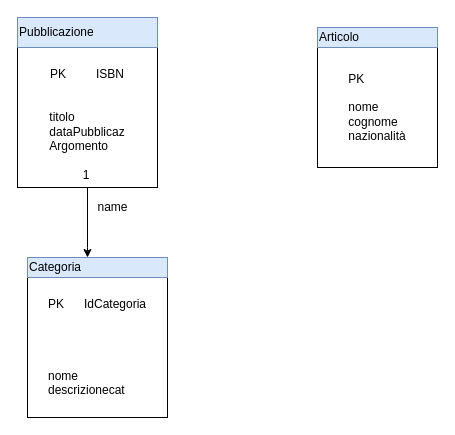
The draw.io diagram Untitled Diagram.drawio in robertamora/Informatica, before the edit. Source tidied: cells renumbered, new cells numbered last; positions are measured from the earlier drawing's top-left corner, leaving out a move shared by most shapes. Both pictures are drawn from the tidied source at 100%, with x=0, y=0 at pixel (17, 17).
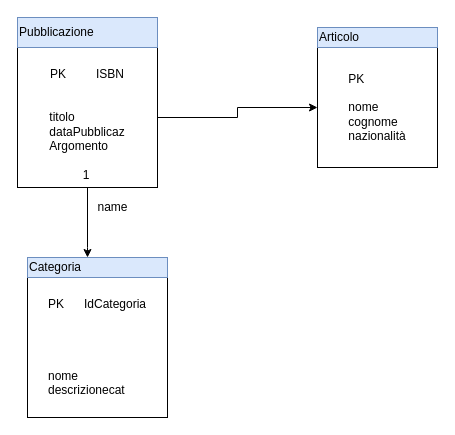
The same diagram, later.

The edit, as a diff of the source:
```diff
@@
 <mxGraphModel background="#ffffff">
   <root>
     <mxCell id="0" />
     <mxCell id="1" parent="0" />
     <mxCell id="2" value="&lt;div style=&quot;text-align: left&quot;&gt;&lt;span&gt;PK&amp;nbsp; &amp;nbsp; &amp;nbsp; IdCategoria&lt;/span&gt;&lt;br&gt;&lt;/div&gt;&lt;div style=&quot;text-align: left&quot;&gt;&lt;span&gt;&lt;br&gt;&lt;/span&gt;&lt;/div&gt;&lt;div style=&quot;text-align: left&quot;&gt;&lt;span&gt;&lt;br&gt;&lt;/span&gt;&lt;/div&gt;&lt;div style=&quot;text-align: left&quot;&gt;&lt;span&gt;&lt;br&gt;&lt;/span&gt;&lt;/div&gt;&lt;br&gt;&lt;div style=&quot;text-align: left&quot;&gt;&lt;span&gt;nome&lt;/span&gt;&lt;/div&gt;&lt;div style=&quot;text-align: left&quot;&gt;&lt;span&gt;descrizionecat&lt;/span&gt;&lt;/div&gt;" style="whiteSpace=wrap;html=1;" parent="1" vertex="1">
       <mxGeometry x="10" y="260" width="140" height="140" as="geometry" />
     </mxCell>
     <mxCell id="3" style="edgeStyle=orthogonalEdgeStyle;rounded=0;jettySize=auto;html=1;" parent="1" edge="1" source="4">
       <mxGeometry relative="1" as="geometry">
         <mxPoint x="70" y="240" as="targetPoint" />
         <Array as="points">
           <mxPoint x="70" y="230" />
           <mxPoint x="70" y="230" />
         </Array>
       </mxGeometry>
     </mxCell>
+    <mxCell id="10" style="edgeStyle=orthogonalEdgeStyle;rounded=0;jettySize=auto;html=1;entryX=0;entryY=0.5;entryDx=0;entryDy=0;" parent="1" edge="1" source="4" target="5">
+      <mxGeometry relative="1" as="geometry" />
+    </mxCell>
     <mxCell id="4" value="&amp;nbsp;&lt;br&gt;PK&amp;nbsp; &amp;nbsp; &amp;nbsp; &amp;nbsp; &amp;nbsp;ISBN&lt;br&gt;&lt;br&gt;&lt;br&gt;&lt;div style=&quot;text-align: left&quot;&gt;&lt;span&gt;titolo&lt;/span&gt;&lt;/div&gt;&lt;div style=&quot;text-align: left&quot;&gt;&lt;span&gt;dataPubblicaz&lt;/span&gt;&lt;/div&gt;&lt;div style=&quot;text-align: left&quot;&gt;&lt;span&gt;Argomento&lt;/span&gt;&lt;/div&gt;&lt;div style=&quot;text-align: left&quot;&gt;&lt;span&gt;&lt;br&gt;&lt;/span&gt;&lt;/div&gt;&lt;div style=&quot;text-align: left&quot;&gt;&lt;span&gt;&amp;nbsp; &amp;nbsp; &amp;nbsp; &amp;nbsp; &amp;nbsp; 1&lt;/span&gt;&lt;/div&gt;" style="whiteSpace=wrap;html=1;" parent="1" vertex="1">
       <mxGeometry y="30" width="140" height="140" as="geometry" />
     </mxCell>
     <mxCell id="5" value="&lt;div style=&quot;text-align: left&quot;&gt;&lt;br&gt;&lt;/div&gt;&lt;div style=&quot;text-align: left&quot;&gt;&lt;span&gt;PK&lt;/span&gt;&lt;/div&gt;&lt;div style=&quot;text-align: left&quot;&gt;&lt;span&gt;&lt;br&gt;&lt;/span&gt;&lt;/div&gt;&lt;div style=&quot;text-align: left&quot;&gt;nome&lt;/div&gt;&lt;div style=&quot;text-align: left&quot;&gt;cognome&lt;/div&gt;&lt;div style=&quot;text-align: left&quot;&gt;nazionalità&lt;/div&gt;&lt;br&gt;" style="whiteSpace=wrap;html=1;" parent="1" vertex="1">
       <mxGeometry x="300" y="30" width="120" height="120" as="geometry" />
     </mxCell>
     <mxCell id="6" value="name" style="text;html=1;align=center;verticalAlign=middle;" parent="1" vertex="1">
       <mxGeometry x="70" y="180" width="50" height="20" as="geometry" />
     </mxCell>
     <mxCell id="7" value="Pubblicazione" style="whiteSpace=wrap;html=1;align=left;fillColor=#dae8fc;strokeColor=#6c8ebf;" parent="1" vertex="1">
       <mxGeometry width="140" height="30" as="geometry" />
     </mxCell>
     <mxCell id="8" value="Categoria" style="whiteSpace=wrap;html=1;align=left;fillColor=#dae8fc;strokeColor=#6c8ebf;" parent="1" vertex="1">
       <mxGeometry x="10" y="240" width="140" height="20" as="geometry" />
     </mxCell>
     <mxCell id="9" value="Articolo" style="whiteSpace=wrap;html=1;fillColor=#dae8fc;strokeColor=#6c8ebf;align=left;" parent="1" vertex="1">
       <mxGeometry x="300" y="10" width="120" height="20" as="geometry" />
     </mxCell>
   </root>
 </mxGraphModel>
```
